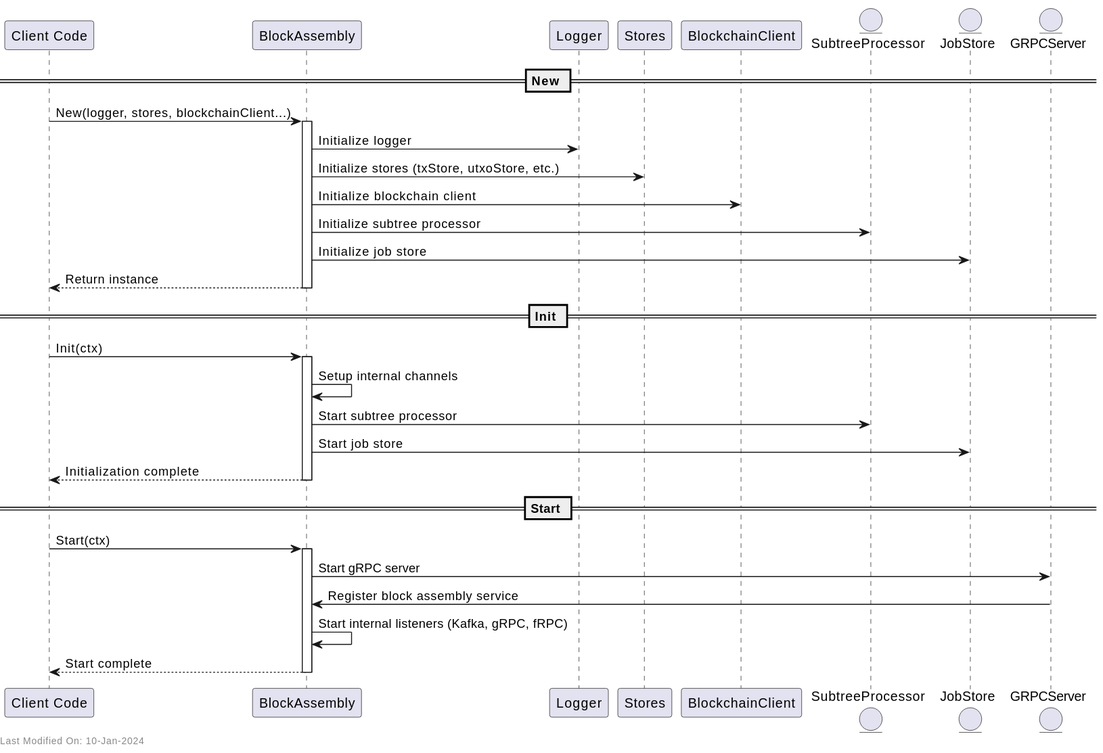
This is docs/services/img/plantuml/blockassembly/block_assembly_init.svg from freemans13/teranode, a PlantUML export, as it was before one commit. Its source is kept beside it as docs/services/img/plantuml/blockassembly/block_assembly_init.puml.
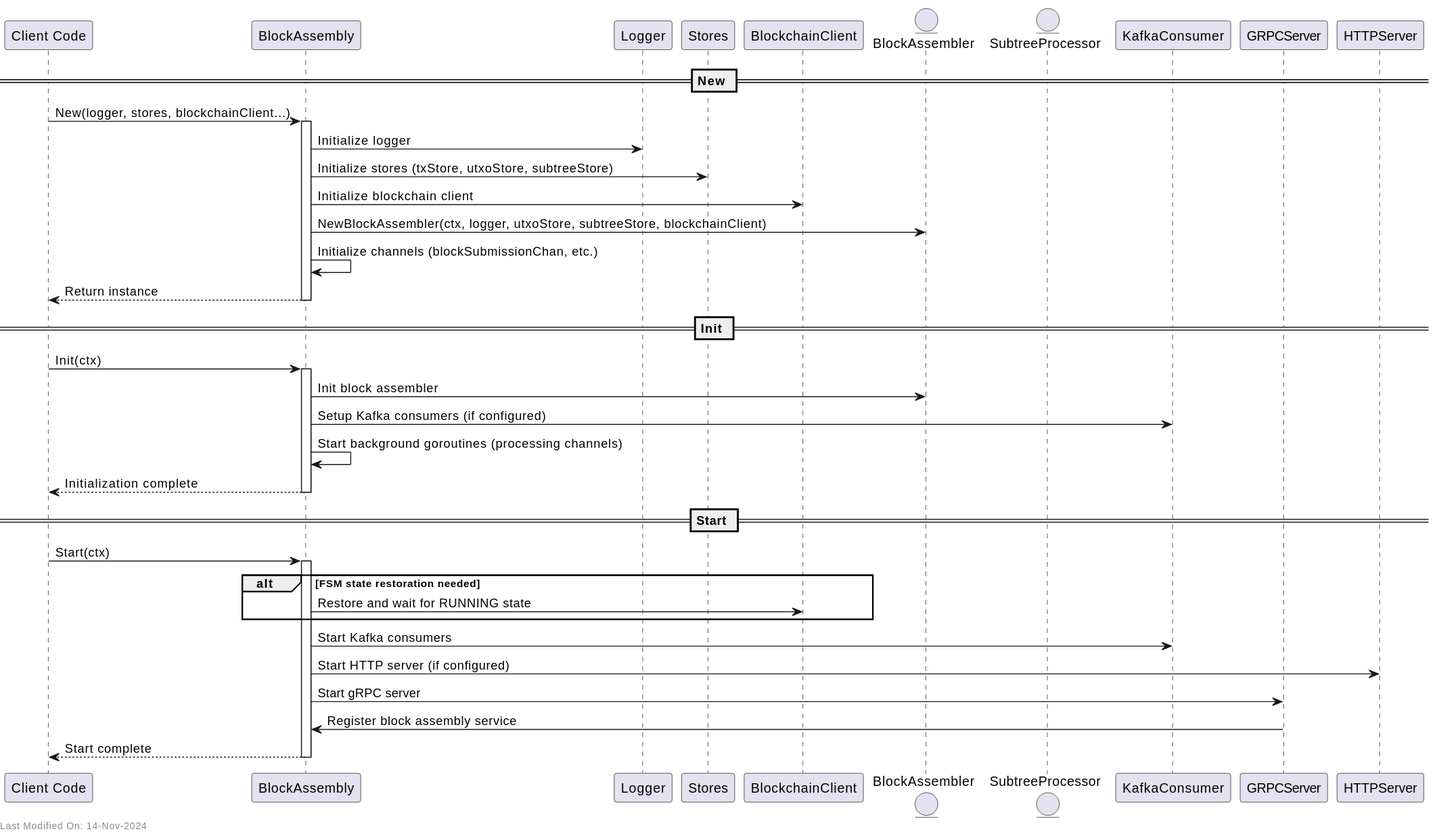
After the commit.

Commit message:
Documentation - restructure Block Assembly documentation for better separation of design and reference documents #1399

Diff of the diagram source:
```diff
@@ -4,36 +4,42 @@
 participant "Logger" as Logger
 participant "Stores" as Stores
 participant "BlockchainClient" as Blockchain
+entity "BlockAssembler" as BAss
 entity "SubtreeProcessor" as SubtreeProc
-entity "JobStore" as JobStore
-entity "GRPCServer" as GRPC
+participant "KafkaConsumer" as Kafka
+participant "GRPCServer" as GRPC
+participant "HTTPServer" as HTTP
 
 == New ==
 Client -> BA : New(logger, stores, blockchainClient...)
 activate BA
 BA -> Logger : Initialize logger
-BA -> Stores : Initialize stores (txStore, utxoStore, etc.)
+BA -> Stores : Initialize stores (txStore, utxoStore, subtreeStore)
 BA -> Blockchain : Initialize blockchain client
-BA -> SubtreeProc : Initialize subtree processor
-BA -> JobStore : Initialize job store
+BA -> BAss : NewBlockAssembler(ctx, logger, utxoStore, subtreeStore, blockchainClient)
+BA -> BA : Initialize channels (blockSubmissionChan, etc.)
 BA --> Client : Return instance
 deactivate BA
 
 == Init ==
 Client -> BA : Init(ctx)
 activate BA
-BA -> BA : Setup internal channels
-BA -> SubtreeProc : Start subtree processor
-BA -> JobStore : Start job store
+BA -> BAss : Init block assembler
+BA -> Kafka : Setup Kafka consumers (if configured)
+BA -> BA : Start background goroutines (processing channels)
 BA --> Client : Initialization complete
 deactivate BA
 
 == Start ==
 Client -> BA : Start(ctx)
 activate BA
+alt FSM state restoration needed
+    BA -> Blockchain : Restore and wait for RUNNING state
+end
+BA -> Kafka : Start Kafka consumers
+BA -> HTTP : Start HTTP server (if configured)
 BA -> GRPC : Start gRPC server
 GRPC -> BA : Register block assembly service
-BA -> BA : Start internal listeners (Kafka, gRPC, fRPC)
 BA --> Client : Start complete
 deactivate BA
 
```
